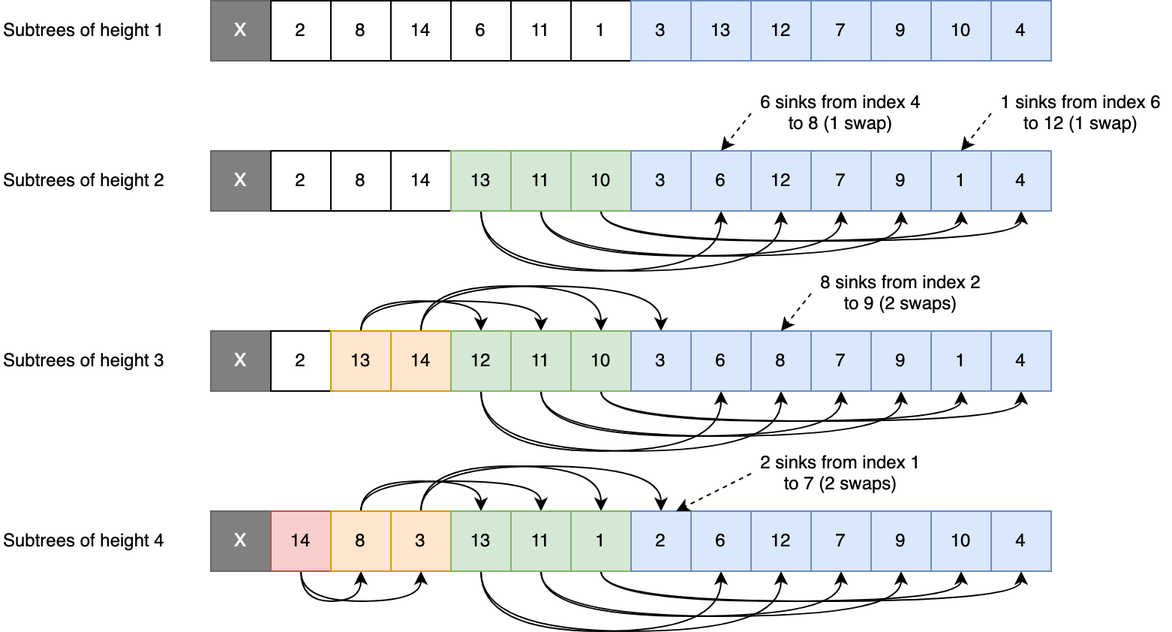
Before: heaps/images/heapsort-build-heap.png, a diagram exported from draw.io (Lovelace-Learning-Labs/Advanced-Data-Structures-Trees). Source tidied: cells renumbered, new cells last; positions are measured from the earlier drawing's top-left corner, leaving out a move shared by most shapes.
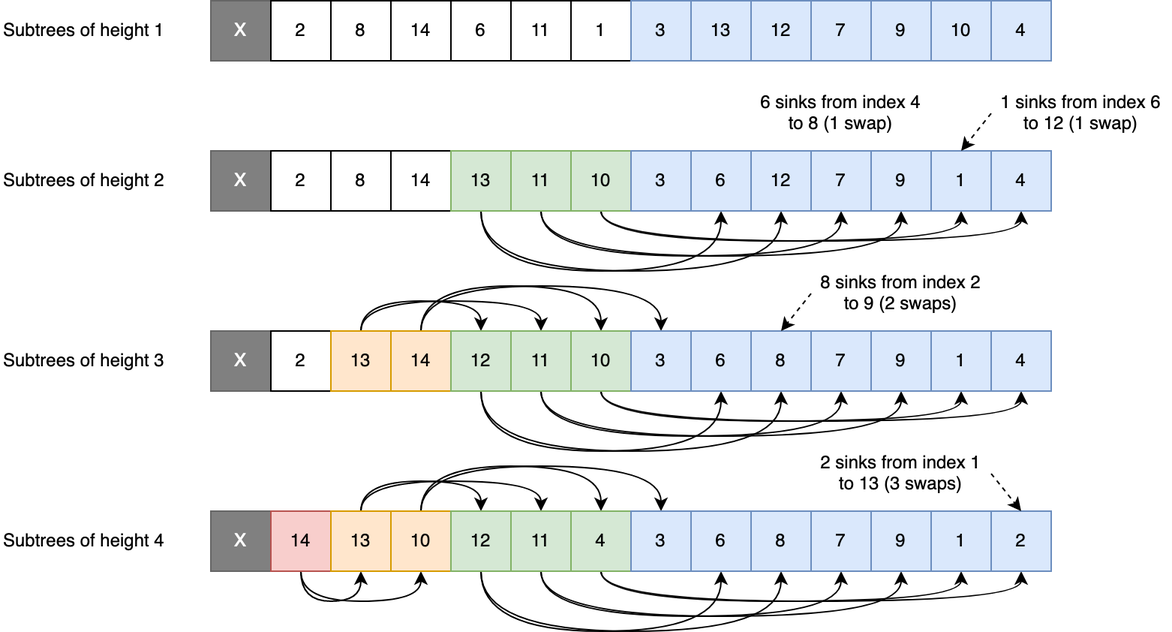
The same diagram one commit later.

Diff of the diagram source:
```diff
@@ -263,7 +263,7 @@
     <mxCell id="68" style="edgeStyle=orthogonalEdgeStyle;curved=1;rounded=0;jettySize=auto;html=1;exitX=0.5;exitY=0;exitDx=0;exitDy=0;entryX=0.5;entryY=0;entryDx=0;entryDy=0;strokeColor=#000000;strokeWidth=1;fontColor=#FFFFFF;" parent="1" edge="1" source="69" target="75">
       <mxGeometry relative="1" as="geometry" />
     </mxCell>
-    <mxCell id="69" value="8" style="rounded=0;whiteSpace=wrap;html=1;strokeWidth=1;fillColor=#ffe6cc;strokeColor=#d79b00;" parent="1" vertex="1">
+    <mxCell id="69" value="13" style="rounded=0;whiteSpace=wrap;html=1;strokeWidth=1;fillColor=#ffe6cc;strokeColor=#d79b00;" parent="1" vertex="1">
       <mxGeometry x="220" y="340" width="40" height="40" as="geometry" />
     </mxCell>
     <mxCell id="70" style="edgeStyle=orthogonalEdgeStyle;curved=1;rounded=0;jettySize=auto;html=1;exitX=0.5;exitY=0;exitDx=0;exitDy=0;entryX=0.5;entryY=0;entryDx=0;entryDy=0;strokeColor=#000000;strokeWidth=1;fontColor=#FFFFFF;" parent="1" edge="1" source="72" target="82">
@@ -282,7 +282,7 @@
         </Array>
       </mxGeometry>
     </mxCell>
-    <mxCell id="72" value="3" style="rounded=0;whiteSpace=wrap;html=1;strokeWidth=1;fillColor=#ffe6cc;strokeColor=#d79b00;" parent="1" vertex="1">
+    <mxCell id="72" value="10" style="rounded=0;whiteSpace=wrap;html=1;strokeWidth=1;fillColor=#ffe6cc;strokeColor=#d79b00;" parent="1" vertex="1">
       <mxGeometry x="260" y="340" width="40" height="40" as="geometry" />
     </mxCell>
     <mxCell id="73" style="edgeStyle=orthogonalEdgeStyle;curved=1;rounded=0;jettySize=auto;html=1;exitX=0.5;exitY=1;exitDx=0;exitDy=0;entryX=0.5;entryY=1;entryDx=0;entryDy=0;strokeColor=#000000;strokeWidth=1;fontColor=#FFFFFF;" parent="1" edge="1" source="75" target="85">
@@ -301,7 +301,7 @@
         </Array>
       </mxGeometry>
     </mxCell>
-    <mxCell id="75" value="13" style="rounded=0;whiteSpace=wrap;html=1;strokeWidth=1;fillColor=#d5e8d4;strokeColor=#82b366;" parent="1" vertex="1">
+    <mxCell id="75" value="12" style="rounded=0;whiteSpace=wrap;html=1;strokeWidth=1;fillColor=#d5e8d4;strokeColor=#82b366;" parent="1" vertex="1">
       <mxGeometry x="300" y="340" width="40" height="40" as="geometry" />
     </mxCell>
     <mxCell id="76" style="edgeStyle=orthogonalEdgeStyle;curved=1;rounded=0;jettySize=auto;html=1;exitX=0.5;exitY=1;exitDx=0;exitDy=0;entryX=0.5;entryY=1;entryDx=0;entryDy=0;strokeColor=#000000;strokeWidth=1;fontColor=#FFFFFF;" parent="1" edge="1" source="78" target="87">
@@ -334,10 +334,10 @@
         </Array>
       </mxGeometry>
     </mxCell>
-    <mxCell id="81" value="1" style="rounded=0;whiteSpace=wrap;html=1;strokeWidth=1;fillColor=#d5e8d4;strokeColor=#82b366;" parent="1" vertex="1">
+    <mxCell id="81" value="4" style="rounded=0;whiteSpace=wrap;html=1;strokeWidth=1;fillColor=#d5e8d4;strokeColor=#82b366;" parent="1" vertex="1">
       <mxGeometry x="380" y="340" width="40" height="40" as="geometry" />
     </mxCell>
-    <mxCell id="82" value="2" style="rounded=0;whiteSpace=wrap;html=1;strokeWidth=1;fillColor=#dae8fc;strokeColor=#6c8ebf;" parent="1" vertex="1">
+    <mxCell id="82" value="3" style="rounded=0;whiteSpace=wrap;html=1;strokeWidth=1;fillColor=#dae8fc;strokeColor=#6c8ebf;" parent="1" vertex="1">
       <mxGeometry x="420" y="340" width="40" height="40" as="geometry" />
     </mxCell>
     <mxCell id="83" value="6" style="rounded=0;whiteSpace=wrap;html=1;strokeWidth=1;fillColor=#dae8fc;strokeColor=#6c8ebf;" parent="1" vertex="1">
@@ -346,7 +346,7 @@
     <mxCell id="84" value="7" style="rounded=0;whiteSpace=wrap;html=1;strokeWidth=1;fillColor=#dae8fc;strokeColor=#6c8ebf;" parent="1" vertex="1">
       <mxGeometry x="540" y="340" width="40" height="40" as="geometry" />
     </mxCell>
-    <mxCell id="85" value="12" style="rounded=0;whiteSpace=wrap;html=1;fillColor=#dae8fc;strokeColor=#6c8ebf;" parent="1" vertex="1">
+    <mxCell id="85" value="8" style="rounded=0;whiteSpace=wrap;html=1;fillColor=#dae8fc;strokeColor=#6c8ebf;" parent="1" vertex="1">
       <mxGeometry x="500" y="340" width="40" height="40" as="geometry" />
     </mxCell>
     <mxCell id="86" value="Subtrees of height 4" style="text;html=1;strokeColor=none;fillColor=none;align=left;verticalAlign=middle;whiteSpace=wrap;rounded=0;" parent="1" vertex="1">
@@ -355,10 +355,10 @@
     <mxCell id="87" value="9" style="rounded=0;whiteSpace=wrap;html=1;strokeWidth=1;fillColor=#dae8fc;strokeColor=#6c8ebf;" parent="1" vertex="1">
       <mxGeometry x="580" y="340" width="40" height="40" as="geometry" />
     </mxCell>
-    <mxCell id="88" value="10" style="rounded=0;whiteSpace=wrap;html=1;strokeWidth=1;fillColor=#dae8fc;strokeColor=#6c8ebf;" parent="1" vertex="1">
+    <mxCell id="88" value="1" style="rounded=0;whiteSpace=wrap;html=1;strokeWidth=1;fillColor=#dae8fc;strokeColor=#6c8ebf;" parent="1" vertex="1">
       <mxGeometry x="620" y="340" width="40" height="40" as="geometry" />
     </mxCell>
-    <mxCell id="89" value="4" style="rounded=0;whiteSpace=wrap;html=1;strokeWidth=1;fillColor=#dae8fc;strokeColor=#6c8ebf;" parent="1" vertex="1">
+    <mxCell id="89" value="2" style="rounded=0;whiteSpace=wrap;html=1;strokeWidth=1;fillColor=#dae8fc;strokeColor=#6c8ebf;" parent="1" vertex="1">
       <mxGeometry x="660" y="340" width="40" height="40" as="geometry" />
     </mxCell>
     <mxCell id="90" style="edgeStyle=none;rounded=0;jettySize=auto;html=1;exitX=0;exitY=0.5;exitDx=0;exitDy=0;entryX=0.5;entryY=0;entryDx=0;entryDy=0;dashed=1;strokeColor=#000000;strokeWidth=1;fontColor=#FFFFFF;" parent="1" edge="1" source="91" target="36">
@@ -373,15 +373,12 @@
     <mxCell id="93" value="8 sinks from index 2 to 9 (2 swaps)" style="text;html=1;align=center;verticalAlign=middle;whiteSpace=wrap;rounded=0;" parent="1" vertex="1">
       <mxGeometry x="540" y="180" width="120" height="30" as="geometry" />
     </mxCell>
-    <mxCell id="94" style="rounded=0;jettySize=auto;html=1;exitX=0;exitY=0.5;exitDx=0;exitDy=0;entryX=0.75;entryY=0;entryDx=0;entryDy=0;dashed=1;strokeColor=#000000;strokeWidth=1;fontColor=#FFFFFF;" parent="1" edge="1" source="95" target="82">
-      <mxGeometry relative="1" as="geometry" />
-    </mxCell>
+    <mxCell id="98" style="rounded=0;jettySize=auto;html=1;exitX=1;exitY=0.5;exitDx=0;exitDy=0;entryX=0.5;entryY=0;entryDx=0;entryDy=0;dashed=1;" parent="1" edge="1" source="95" target="89">
+      <mxGeometry relative="1" as="geometry" />
+    </mxCell>
-    <mxCell id="95" value="2 sinks from index 1 to 7 (2 swaps)" style="text;html=1;align=center;verticalAlign=middle;whiteSpace=wrap;rounded=0;" parent="1" vertex="1">
-      <mxGeometry x="500" y="300" width="120" height="30" as="geometry" />
+    <mxCell id="95" value="2 sinks from index 1 to 13 (3 swaps)" style="text;html=1;align=center;verticalAlign=middle;whiteSpace=wrap;rounded=0;" parent="1" vertex="1">
+      <mxGeometry x="540" y="300" width="120" height="30" as="geometry" />
     </mxCell>
-    <mxCell id="96" style="edgeStyle=none;rounded=0;jettySize=auto;html=1;exitX=0;exitY=0.5;exitDx=0;exitDy=0;entryX=0.5;entryY=0;entryDx=0;entryDy=0;dashed=1;strokeColor=#000000;strokeWidth=1;fontColor=#FFFFFF;" parent="1" edge="1" source="97" target="31">
-      <mxGeometry relative="1" as="geometry" />
-    </mxCell>
     <mxCell id="97" value="6 sinks from index 4 to 8 (1 swap)" style="text;html=1;align=center;verticalAlign=middle;whiteSpace=wrap;rounded=0;" parent="1" vertex="1">
       <mxGeometry x="500" y="60" width="120" height="30" as="geometry" />
     </mxCell>
```
